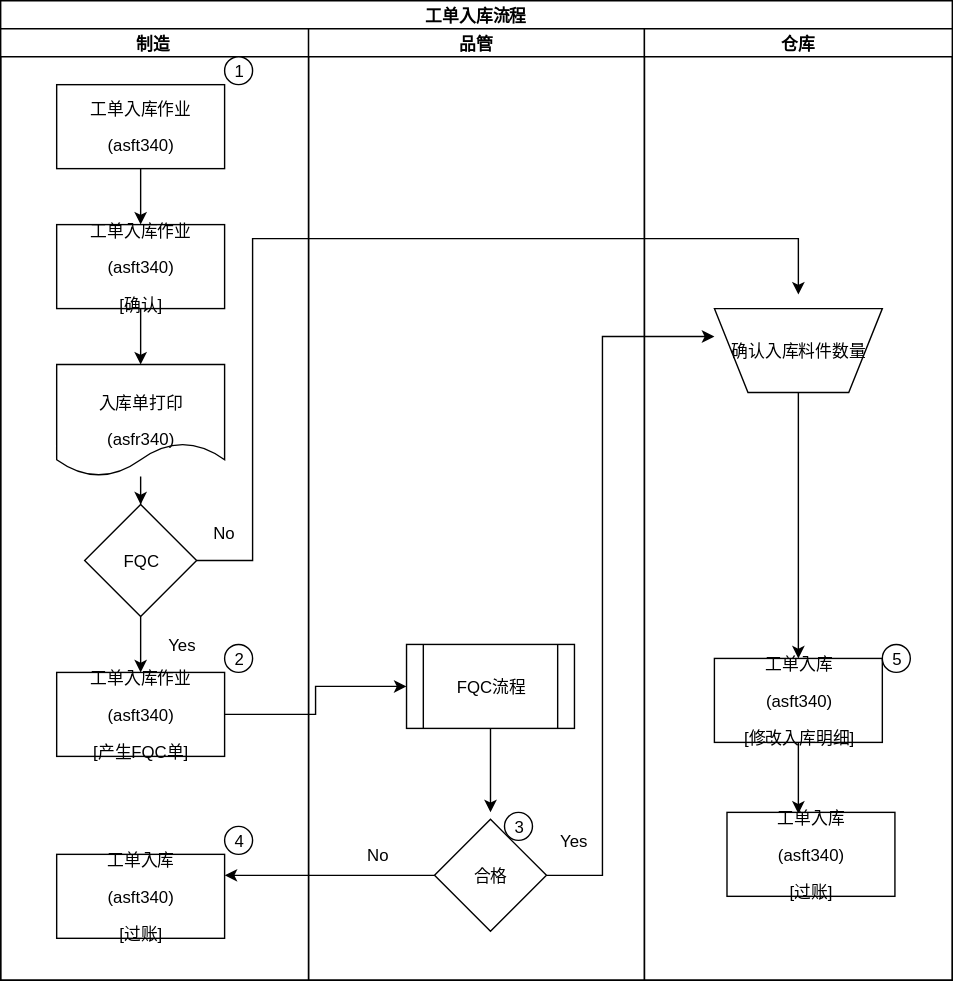
Earlier version of the draw.io export ver01/ASF012.svg (ft2017/sop). Source tidied: cells renumbered, new cells last; positions are measured from the earlier drawing's top-left corner, leaving out a move shared by most shapes.
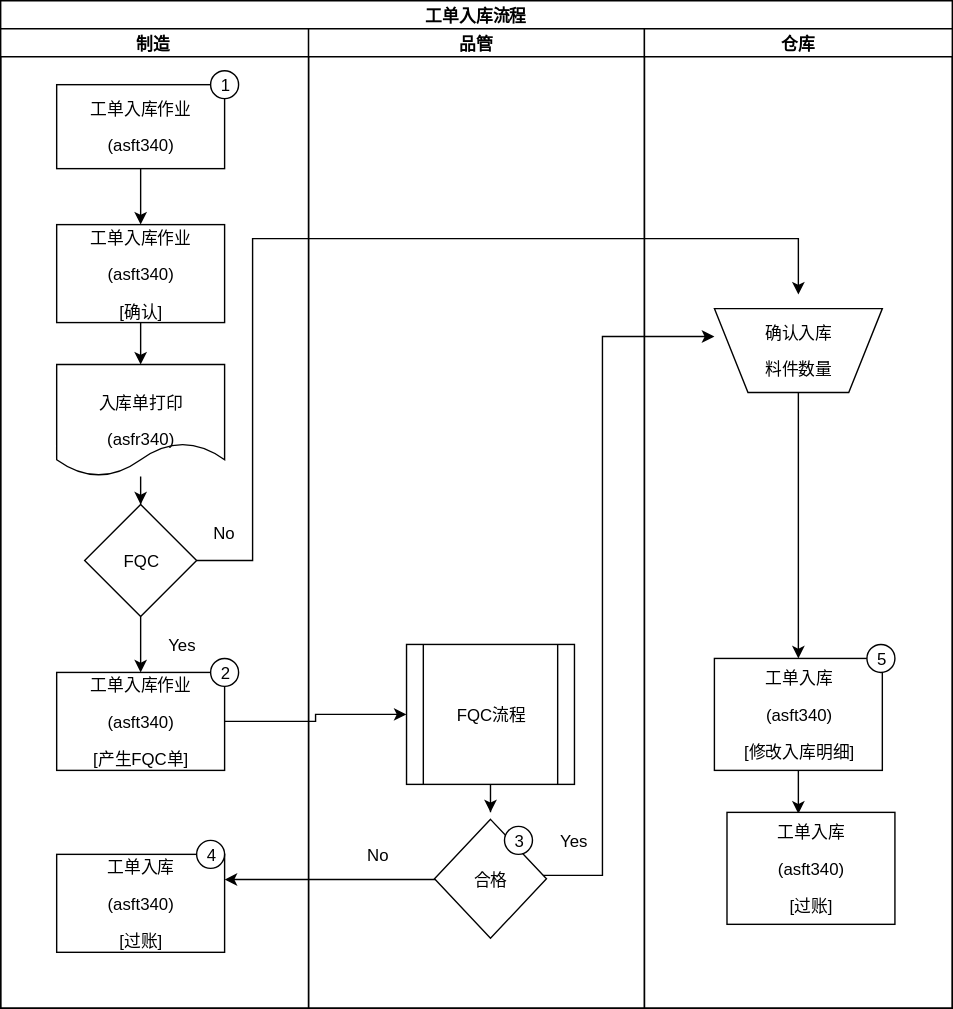
After the change.

Diff of the diagram source:
```diff
@@ -3,10 +3,10 @@
     <mxCell id="0" />
     <mxCell id="1" parent="0" />
     <mxCell id="2" value="&lt;b&gt;&lt;span&gt;工单入库流程&lt;/span&gt;&lt;/b&gt;" style="swimlane;html=1;startSize=20;" parent="1" vertex="1">
-      <mxGeometry width="680" height="700" as="geometry" />
+      <mxGeometry width="680" height="720" as="geometry" />
     </mxCell>
     <mxCell id="3" value="&lt;b&gt;&lt;span&gt;制造&amp;nbsp;&lt;/span&gt;&lt;/b&gt;" style="swimlane;html=1;startSize=20;" parent="2" vertex="1">
-      <mxGeometry y="20" width="220" height="680" as="geometry" />
+      <mxGeometry y="20" width="220" height="700" as="geometry" />
     </mxCell>
     <mxCell id="4" style="edgeStyle=orthogonalEdgeStyle;rounded=0;html=1;jettySize=auto;" parent="3" edge="1" source="5" target="7">
       <mxGeometry relative="1" as="geometry" />
@@ -18,7 +18,7 @@
       <mxGeometry relative="1" as="geometry" />
     </mxCell>
     <mxCell id="7" value="&lt;p align=&quot;center&quot;&gt;&lt;span&gt;工单入库作业&lt;/span&gt;&lt;/p&gt;&lt;p align=&quot;center&quot;&gt;&lt;span lang=&quot;EN-US&quot;&gt;(asft340)&lt;/span&gt;&lt;/p&gt;&lt;p align=&quot;center&quot;&gt;&lt;span lang=&quot;EN-US&quot;&gt;[&lt;/span&gt;&lt;span&gt;确认&lt;span lang=&quot;EN-US&quot;&gt;]&lt;/span&gt;&lt;/span&gt;&lt;/p&gt;" style="whiteSpace=wrap;html=1;" parent="3" vertex="1">
-      <mxGeometry x="40" y="140" width="120" height="60" as="geometry" />
+      <mxGeometry x="40" y="140" width="120" height="70" as="geometry" />
     </mxCell>
     <mxCell id="8" style="edgeStyle=orthogonalEdgeStyle;rounded=0;html=1;entryX=0.5;entryY=0;jettySize=auto;" parent="3" edge="1" source="9" target="11">
       <mxGeometry relative="1" as="geometry" />
@@ -33,10 +33,10 @@
       <mxGeometry x="60" y="340" width="80" height="80" as="geometry" />
     </mxCell>
     <mxCell id="12" value="&lt;p align=&quot;center&quot;&gt;&lt;span&gt;工单入库作业&lt;/span&gt;&lt;/p&gt;&lt;p align=&quot;center&quot;&gt;&lt;span lang=&quot;EN-US&quot;&gt;(asft340)&lt;/span&gt;&lt;/p&gt;&lt;p align=&quot;center&quot;&gt;&lt;span lang=&quot;EN-US&quot;&gt;[&lt;/span&gt;&lt;span&gt;产生&lt;/span&gt;&lt;span lang=&quot;EN-US&quot;&gt;FQC&lt;/span&gt;&lt;span&gt;单&lt;/span&gt;&lt;span lang=&quot;EN-US&quot;&gt;]&lt;/span&gt;&lt;/p&gt;" style="whiteSpace=wrap;html=1;" parent="3" vertex="1">
-      <mxGeometry x="40" y="460" width="120" height="60" as="geometry" />
+      <mxGeometry x="40" y="460" width="120" height="70" as="geometry" />
     </mxCell>
     <mxCell id="13" value="&lt;p align=&quot;center&quot;&gt;&lt;span&gt;工单入库&lt;/span&gt;&lt;/p&gt;&lt;p align=&quot;center&quot;&gt;&lt;span lang=&quot;EN-US&quot;&gt;(asft340)&lt;/span&gt;&lt;/p&gt;&lt;p align=&quot;center&quot;&gt;&lt;span lang=&quot;EN-US&quot;&gt;[&lt;/span&gt;&lt;span&gt;过账&lt;/span&gt;&lt;span lang=&quot;EN-US&quot;&gt;]&lt;/span&gt;&lt;/p&gt;" style="whiteSpace=wrap;html=1;" parent="3" vertex="1">
-      <mxGeometry x="40" y="590" width="120" height="60" as="geometry" />
+      <mxGeometry x="40" y="590" width="120" height="70" as="geometry" />
     </mxCell>
     <mxCell id="14" value="No" style="text;html=1;strokeColor=none;fillColor=none;align=center;verticalAlign=middle;whiteSpace=wrap;" parent="3" vertex="1">
       <mxGeometry x="140" y="350" width="40" height="20" as="geometry" />
@@ -45,22 +45,22 @@
       <mxGeometry x="110" y="430" width="40" height="20" as="geometry" />
     </mxCell>
     <mxCell id="16" value="1" style="ellipse;whiteSpace=wrap;html=1;" parent="3" vertex="1">
-      <mxGeometry x="160" y="20" width="20" height="20" as="geometry" />
+      <mxGeometry x="150" y="30" width="20" height="20" as="geometry" />
     </mxCell>
     <mxCell id="17" value="2" style="ellipse;whiteSpace=wrap;html=1;" parent="3" vertex="1">
-      <mxGeometry x="160" y="440" width="20" height="20" as="geometry" />
+      <mxGeometry x="150" y="450" width="20" height="20" as="geometry" />
     </mxCell>
     <mxCell id="18" value="4" style="ellipse;whiteSpace=wrap;html=1;" parent="3" vertex="1">
-      <mxGeometry x="160" y="570" width="20" height="20" as="geometry" />
+      <mxGeometry x="140" y="580" width="20" height="20" as="geometry" />
     </mxCell>
     <mxCell id="19" value="&lt;b&gt;&lt;span&gt;品管&lt;/span&gt;&lt;/b&gt;" style="swimlane;html=1;startSize=20;" parent="2" vertex="1">
-      <mxGeometry x="220" y="20" width="240" height="680" as="geometry" />
+      <mxGeometry x="220" y="20" width="240" height="700" as="geometry" />
     </mxCell>
     <mxCell id="20" value="&lt;p&gt;&lt;span lang=&quot;EN-US&quot;&gt;FQC&lt;/span&gt;&lt;span&gt;流程&lt;/span&gt;&lt;/p&gt;" style="shape=process;whiteSpace=wrap;html=1;" parent="19" vertex="1">
-      <mxGeometry x="70" y="440" width="120" height="60" as="geometry" />
+      <mxGeometry x="70" y="440" width="120" height="100" as="geometry" />
     </mxCell>
     <mxCell id="21" value="&lt;p align=&quot;center&quot;&gt;&lt;span&gt;合格&lt;/span&gt;&lt;/p&gt;" style="rhombus;whiteSpace=wrap;html=1;" parent="19" vertex="1">
-      <mxGeometry x="90" y="565" width="80" height="80" as="geometry" />
+      <mxGeometry x="90" y="565" width="80" height="85" as="geometry" />
     </mxCell>
     <mxCell id="22" value="Yes" style="text;html=1;strokeColor=none;fillColor=none;align=center;verticalAlign=middle;whiteSpace=wrap;" parent="19" vertex="1">
       <mxGeometry x="170" y="570" width="40" height="20" as="geometry" />
@@ -69,28 +69,28 @@
       <mxGeometry x="30" y="580" width="40" height="20" as="geometry" />
     </mxCell>
     <mxCell id="24" value="3" style="ellipse;whiteSpace=wrap;html=1;" parent="19" vertex="1">
-      <mxGeometry x="140" y="560" width="20" height="20" as="geometry" />
+      <mxGeometry x="140" y="570" width="20" height="20" as="geometry" />
     </mxCell>
     <mxCell id="25" value="&lt;b&gt;&lt;span&gt;仓库&lt;/span&gt;&lt;/b&gt;" style="swimlane;html=1;startSize=20;" parent="2" vertex="1">
-      <mxGeometry x="460" y="20" width="220" height="680" as="geometry" />
+      <mxGeometry x="460" y="20" width="220" height="700" as="geometry" />
     </mxCell>
     <mxCell id="26" style="edgeStyle=orthogonalEdgeStyle;rounded=0;html=1;entryX=0.428;entryY=0.017;entryPerimeter=0;jettySize=auto;" parent="25" edge="1" source="27" target="30">
       <mxGeometry relative="1" as="geometry" />
     </mxCell>
     <mxCell id="27" value="&lt;p align=&quot;center&quot;&gt;&lt;span&gt;工单入库&lt;/span&gt;&lt;/p&gt;&lt;p align=&quot;center&quot;&gt;&lt;span lang=&quot;EN-US&quot;&gt;(asft340)&lt;/span&gt;&lt;/p&gt;&lt;p align=&quot;center&quot;&gt;&lt;span lang=&quot;EN-US&quot;&gt;[&lt;/span&gt;&lt;span&gt;修改入库明细&lt;/span&gt;&lt;span lang=&quot;EN-US&quot;&gt;]&lt;/span&gt;&lt;/p&gt;" style="whiteSpace=wrap;html=1;" parent="25" vertex="1">
-      <mxGeometry x="50" y="450" width="120" height="60" as="geometry" />
+      <mxGeometry x="50" y="450" width="120" height="80" as="geometry" />
     </mxCell>
     <mxCell id="28" style="edgeStyle=orthogonalEdgeStyle;rounded=0;html=1;jettySize=auto;" parent="25" edge="1" source="29" target="27">
       <mxGeometry relative="1" as="geometry" />
     </mxCell>
-    <mxCell id="29" value="&lt;p align=&quot;center&quot;&gt;&lt;span&gt;确认入库料件数量&lt;/span&gt;&lt;/p&gt;" style="shape=trapezoid;whiteSpace=wrap;html=1;flipV=1;" parent="25" vertex="1">
+    <mxCell id="29" value="&lt;p align=&quot;center&quot;&gt;&lt;span&gt;确认入库&lt;/span&gt;&lt;/p&gt;&lt;p align=&quot;center&quot;&gt;&lt;span&gt;料件数量&lt;/span&gt;&lt;/p&gt;" style="shape=trapezoid;whiteSpace=wrap;html=1;flipV=1;" parent="25" vertex="1">
       <mxGeometry x="50" y="200" width="120" height="60" as="geometry" />
     </mxCell>
     <mxCell id="30" value="&lt;p align=&quot;center&quot;&gt;&lt;span&gt;工单入库&lt;/span&gt;&lt;/p&gt;&lt;p align=&quot;center&quot;&gt;&lt;span lang=&quot;EN-US&quot;&gt;(asft340)&lt;/span&gt;&lt;/p&gt;&lt;p align=&quot;center&quot;&gt;&lt;a name=&quot;_GoBack&quot;&gt;&lt;span lang=&quot;EN-US&quot;&gt;[&lt;/span&gt;&lt;/a&gt;&lt;span&gt;过账&lt;/span&gt;&lt;span lang=&quot;EN-US&quot;&gt;]&lt;/span&gt;&lt;/p&gt;" style="whiteSpace=wrap;html=1;" parent="25" vertex="1">
-      <mxGeometry x="59" y="560" width="120" height="60" as="geometry" />
+      <mxGeometry x="59" y="560" width="120" height="80" as="geometry" />
     </mxCell>
     <mxCell id="31" value="5" style="ellipse;whiteSpace=wrap;html=1;" parent="25" vertex="1">
-      <mxGeometry x="170" y="440" width="20" height="20" as="geometry" />
+      <mxGeometry x="159" y="440" width="20" height="20" as="geometry" />
     </mxCell>
     <mxCell id="32" style="edgeStyle=orthogonalEdgeStyle;rounded=0;html=1;entryX=0;entryY=0.5;jettySize=auto;" parent="2" edge="1" source="12" target="20">
       <mxGeometry relative="1" as="geometry" />
```
